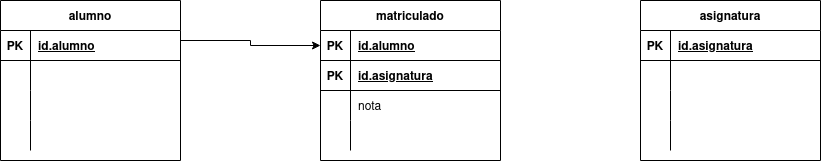
JCarlosAR032/base-de-datos keeps this draw.io diagram as Tareas/Tema 3/Tarea 1/img/Tarea 1-Ejercicio 9.drawio.png. Above is the earlier version. Source tidied: cells renumbered, new cells last; positions are measured from the earlier drawing's top-left corner, leaving out a move shared by most shapes. Source of this version:
```xml
<mxGraphModel>
  <root>
    <mxCell id="0" />
    <mxCell id="1" parent="0" />
    <mxCell id="2" style="edgeStyle=orthogonalEdgeStyle;rounded=0;jettySize=auto;html=1;exitX=1;exitY=0.25;exitDx=0;exitDy=0;entryX=0;entryY=0.5;entryDx=0;entryDy=0;startArrow=none;startFill=0;endArrow=classic;endFill=1;" parent="1" edge="1" source="3" target="30">
      <mxGeometry relative="1" as="geometry" />
    </mxCell>
    <mxCell id="3" value="alumno" style="shape=table;startSize=30;rowLines=0;fontStyle=1;align=center;" parent="1" vertex="1">
      <mxGeometry width="180" height="160" as="geometry" />
    </mxCell>
    <mxCell id="4" style="shape=tableRow;horizontal=0;startSize=0;swimlaneHead=0;swimlaneBody=0;fillColor=none;top=0;left=0;right=0;bottom=1;" parent="3" vertex="1">
      <mxGeometry y="30" width="180" height="30" as="geometry" />
    </mxCell>
    <mxCell id="5" value="PK" style="shape=partialRectangle;fillColor=none;top=0;left=0;bottom=0;right=0;fontStyle=1;overflow=hidden;" parent="4" vertex="1">
      <mxGeometry width="30" height="30" as="geometry" />
    </mxCell>
    <mxCell id="6" value="id.alumno" style="shape=partialRectangle;fillColor=none;top=0;left=0;bottom=0;right=0;align=left;spacingLeft=6;fontStyle=5;overflow=hidden;" parent="4" vertex="1">
      <mxGeometry x="30" width="150" height="30" as="geometry" />
    </mxCell>
    <mxCell id="7" style="shape=tableRow;horizontal=0;startSize=0;swimlaneHead=0;swimlaneBody=0;fillColor=none;top=0;left=0;right=0;bottom=0;" parent="3" vertex="1">
      <mxGeometry y="60" width="180" height="30" as="geometry" />
    </mxCell>
    <mxCell id="8" style="shape=partialRectangle;fillColor=none;top=0;left=0;bottom=0;right=0;overflow=hidden;" parent="7" vertex="1">
      <mxGeometry width="30" height="30" as="geometry" />
    </mxCell>
    <mxCell id="9" style="shape=partialRectangle;fillColor=none;top=0;left=0;bottom=0;right=0;align=left;spacingLeft=6;overflow=hidden;" parent="7" vertex="1">
      <mxGeometry x="30" width="150" height="30" as="geometry" />
    </mxCell>
    <mxCell id="10" style="shape=tableRow;horizontal=0;startSize=0;swimlaneHead=0;swimlaneBody=0;fillColor=none;top=0;left=0;right=0;bottom=0;" parent="3" vertex="1">
      <mxGeometry y="90" width="180" height="30" as="geometry" />
    </mxCell>
    <mxCell id="11" style="shape=partialRectangle;fillColor=none;top=0;left=0;bottom=0;right=0;overflow=hidden;" parent="10" vertex="1">
      <mxGeometry width="30" height="30" as="geometry" />
    </mxCell>
    <mxCell id="12" style="shape=partialRectangle;fillColor=none;top=0;left=0;bottom=0;right=0;align=left;spacingLeft=6;overflow=hidden;" parent="10" vertex="1">
      <mxGeometry x="30" width="150" height="30" as="geometry" />
    </mxCell>
    <mxCell id="13" style="shape=tableRow;horizontal=0;startSize=0;swimlaneHead=0;swimlaneBody=0;fillColor=none;top=0;left=0;right=0;bottom=0;" parent="3" vertex="1">
      <mxGeometry y="120" width="180" height="30" as="geometry" />
    </mxCell>
    <mxCell id="14" style="shape=partialRectangle;fillColor=none;top=0;left=0;bottom=0;right=0;overflow=hidden;" parent="13" vertex="1">
      <mxGeometry width="30" height="30" as="geometry" />
    </mxCell>
    <mxCell id="15" style="shape=partialRectangle;fillColor=none;top=0;left=0;bottom=0;right=0;align=left;spacingLeft=6;overflow=hidden;" parent="13" vertex="1">
      <mxGeometry x="30" width="150" height="30" as="geometry" />
    </mxCell>
    <mxCell id="16" value="asignatura" style="shape=table;startSize=30;rowLines=0;fontStyle=1;align=center;" parent="1" vertex="1">
      <mxGeometry x="640" width="180" height="160" as="geometry" />
    </mxCell>
    <mxCell id="17" style="shape=tableRow;horizontal=0;startSize=0;swimlaneHead=0;swimlaneBody=0;fillColor=none;points=[[0,0.5],[1,0.5]];portConstraint=eastwest;top=0;left=0;right=0;bottom=1;" parent="16" vertex="1">
      <mxGeometry y="30" width="180" height="30" as="geometry" />
    </mxCell>
    <mxCell id="18" value="PK" style="shape=partialRectangle;fillColor=none;top=0;left=0;bottom=0;right=0;fontStyle=1;overflow=hidden;" parent="17" vertex="1">
      <mxGeometry width="30" height="30" as="geometry" />
    </mxCell>
    <mxCell id="19" value="id.asignatura" style="shape=partialRectangle;fillColor=none;top=0;left=0;bottom=0;right=0;align=left;spacingLeft=6;fontStyle=5;overflow=hidden;" parent="17" vertex="1">
      <mxGeometry x="30" width="150" height="30" as="geometry" />
    </mxCell>
    <mxCell id="20" style="shape=tableRow;horizontal=0;startSize=0;swimlaneHead=0;swimlaneBody=0;fillColor=none;top=0;left=0;right=0;bottom=0;" parent="16" vertex="1">
      <mxGeometry y="60" width="180" height="30" as="geometry" />
    </mxCell>
    <mxCell id="21" style="shape=partialRectangle;fillColor=none;top=0;left=0;bottom=0;right=0;overflow=hidden;" parent="20" vertex="1">
      <mxGeometry width="30" height="30" as="geometry" />
    </mxCell>
    <mxCell id="22" style="shape=partialRectangle;fillColor=none;top=0;left=0;bottom=0;right=0;align=left;spacingLeft=6;overflow=hidden;" parent="20" vertex="1">
      <mxGeometry x="30" width="150" height="30" as="geometry" />
    </mxCell>
    <mxCell id="23" style="shape=tableRow;horizontal=0;startSize=0;swimlaneHead=0;swimlaneBody=0;fillColor=none;top=0;left=0;right=0;bottom=0;" parent="16" vertex="1">
      <mxGeometry y="90" width="180" height="30" as="geometry" />
    </mxCell>
    <mxCell id="24" style="shape=partialRectangle;fillColor=none;top=0;left=0;bottom=0;right=0;overflow=hidden;" parent="23" vertex="1">
      <mxGeometry width="30" height="30" as="geometry" />
    </mxCell>
    <mxCell id="25" style="shape=partialRectangle;fillColor=none;top=0;left=0;bottom=0;right=0;align=left;spacingLeft=6;overflow=hidden;" parent="23" vertex="1">
      <mxGeometry x="30" width="150" height="30" as="geometry" />
    </mxCell>
    <mxCell id="26" style="shape=tableRow;horizontal=0;startSize=0;swimlaneHead=0;swimlaneBody=0;fillColor=none;top=0;left=0;right=0;bottom=0;" parent="16" vertex="1">
      <mxGeometry y="120" width="180" height="30" as="geometry" />
    </mxCell>
    <mxCell id="27" style="shape=partialRectangle;fillColor=none;top=0;left=0;bottom=0;right=0;overflow=hidden;" parent="26" vertex="1">
      <mxGeometry width="30" height="30" as="geometry" />
    </mxCell>
    <mxCell id="28" style="shape=partialRectangle;fillColor=none;top=0;left=0;bottom=0;right=0;align=left;spacingLeft=6;overflow=hidden;" parent="26" vertex="1">
      <mxGeometry x="30" width="150" height="30" as="geometry" />
    </mxCell>
    <mxCell id="29" value="matriculado" style="shape=table;startSize=30;rowLines=0;fontStyle=1;align=center;" parent="1" vertex="1">
      <mxGeometry x="320" width="180" height="160" as="geometry" />
    </mxCell>
    <mxCell id="30" style="shape=tableRow;horizontal=0;startSize=0;swimlaneHead=0;swimlaneBody=0;fillColor=none;points=[[0,0.5],[1,0.5]];portConstraint=eastwest;top=0;left=0;right=0;bottom=1;" parent="29" vertex="1">
      <mxGeometry y="30" width="180" height="30" as="geometry" />
    </mxCell>
    <mxCell id="31" value="PK" style="shape=partialRectangle;fillColor=none;top=0;left=0;bottom=0;right=0;fontStyle=1;overflow=hidden;" parent="30" vertex="1">
      <mxGeometry width="30" height="30" as="geometry" />
    </mxCell>
    <mxCell id="32" value="id.alumno" style="shape=partialRectangle;fillColor=none;top=0;left=0;bottom=0;right=0;align=left;spacingLeft=6;fontStyle=5;overflow=hidden;" parent="30" vertex="1">
      <mxGeometry x="30" width="150" height="30" as="geometry" />
    </mxCell>
    <mxCell id="33" style="shape=tableRow;horizontal=0;startSize=0;swimlaneHead=0;swimlaneBody=0;fillColor=none;points=[[0,0.5],[1,0.5]];portConstraint=eastwest;top=0;left=0;right=0;bottom=1;" parent="29" vertex="1">
      <mxGeometry y="60" width="180" height="30" as="geometry" />
    </mxCell>
    <mxCell id="34" value="PK" style="shape=partialRectangle;fillColor=none;top=0;left=0;bottom=0;right=0;fontStyle=1;overflow=hidden;" parent="33" vertex="1">
      <mxGeometry width="30" height="30" as="geometry" />
    </mxCell>
    <mxCell id="35" value="id.asignatura" style="shape=partialRectangle;fillColor=none;top=0;left=0;bottom=0;right=0;align=left;spacingLeft=6;fontStyle=5;overflow=hidden;" parent="33" vertex="1">
      <mxGeometry x="30" width="150" height="30" as="geometry" />
    </mxCell>
    <mxCell id="36" style="shape=tableRow;horizontal=0;startSize=0;swimlaneHead=0;swimlaneBody=0;fillColor=none;top=0;left=0;right=0;bottom=0;" parent="29" vertex="1">
      <mxGeometry y="90" width="180" height="30" as="geometry" />
    </mxCell>
    <mxCell id="37" style="shape=partialRectangle;fillColor=none;top=0;left=0;bottom=0;right=0;overflow=hidden;" parent="36" vertex="1">
      <mxGeometry width="30" height="30" as="geometry" />
    </mxCell>
    <mxCell id="38" value="nota" style="shape=partialRectangle;fillColor=none;top=0;left=0;bottom=0;right=0;align=left;spacingLeft=6;overflow=hidden;" parent="36" vertex="1">
      <mxGeometry x="30" width="150" height="30" as="geometry" />
    </mxCell>
    <mxCell id="39" style="shape=tableRow;horizontal=0;startSize=0;swimlaneHead=0;swimlaneBody=0;fillColor=none;top=0;left=0;right=0;bottom=0;" parent="29" vertex="1">
      <mxGeometry y="120" width="180" height="30" as="geometry" />
    </mxCell>
    <mxCell id="40" style="shape=partialRectangle;fillColor=none;top=0;left=0;bottom=0;right=0;overflow=hidden;" parent="39" vertex="1">
      <mxGeometry width="30" height="30" as="geometry" />
    </mxCell>
    <mxCell id="41" style="shape=partialRectangle;fillColor=none;top=0;left=0;bottom=0;right=0;align=left;spacingLeft=6;overflow=hidden;" parent="39" vertex="1">
      <mxGeometry x="30" width="150" height="30" as="geometry" />
    </mxCell>
  </root>
</mxGraphModel>
```
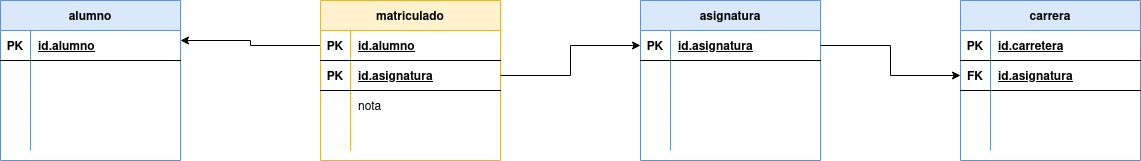
Later version of the same file.

Change to the diagram source:
```diff
@@ -2,10 +2,10 @@
   <root>
     <mxCell id="0" />
     <mxCell id="1" parent="0" />
-    <mxCell id="2" style="edgeStyle=orthogonalEdgeStyle;rounded=0;jettySize=auto;html=1;exitX=1;exitY=0.25;exitDx=0;exitDy=0;entryX=0;entryY=0.5;entryDx=0;entryDy=0;startArrow=none;startFill=0;endArrow=classic;endFill=1;" parent="1" edge="1" source="3" target="30">
+    <mxCell id="2" style="edgeStyle=orthogonalEdgeStyle;rounded=0;jettySize=auto;html=1;exitX=1;exitY=0.25;exitDx=0;exitDy=0;entryX=0;entryY=0.5;entryDx=0;entryDy=0;startArrow=classic;startFill=1;endArrow=none;endFill=0;" parent="1" edge="1" source="3" target="30">
       <mxGeometry relative="1" as="geometry" />
     </mxCell>
-    <mxCell id="3" value="alumno" style="shape=table;startSize=30;rowLines=0;fontStyle=1;align=center;" parent="1" vertex="1">
+    <mxCell id="3" value="alumno" style="shape=table;startSize=30;rowLines=0;fontStyle=1;align=center;fillColor=#dae8fc;strokeColor=#6c8ebf;" parent="1" vertex="1">
       <mxGeometry width="180" height="160" as="geometry" />
     </mxCell>
     <mxCell id="4" style="shape=tableRow;horizontal=0;startSize=0;swimlaneHead=0;swimlaneBody=0;fillColor=none;top=0;left=0;right=0;bottom=1;" parent="3" vertex="1">
@@ -26,7 +26,7 @@
     <mxCell id="9" style="shape=partialRectangle;fillColor=none;top=0;left=0;bottom=0;right=0;align=left;spacingLeft=6;overflow=hidden;" parent="7" vertex="1">
       <mxGeometry x="30" width="150" height="30" as="geometry" />
     </mxCell>
-    <mxCell id="10" style="shape=tableRow;horizontal=0;startSize=0;swimlaneHead=0;swimlaneBody=0;fillColor=none;top=0;left=0;right=0;bottom=0;" parent="3" vertex="1">
+    <mxCell id="10" style="shape=tableRow;horizontal=0;startSize=0;swimlaneHead=0;swimlaneBody=0;fillColor=none;top=0;left=0;right=0;bottom=0;strokeColor=#6c8ebf;" parent="3" vertex="1">
       <mxGeometry y="90" width="180" height="30" as="geometry" />
     </mxCell>
     <mxCell id="11" style="shape=partialRectangle;fillColor=none;top=0;left=0;bottom=0;right=0;overflow=hidden;" parent="10" vertex="1">
@@ -44,7 +44,7 @@
     <mxCell id="15" style="shape=partialRectangle;fillColor=none;top=0;left=0;bottom=0;right=0;align=left;spacingLeft=6;overflow=hidden;" parent="13" vertex="1">
       <mxGeometry x="30" width="150" height="30" as="geometry" />
     </mxCell>
-    <mxCell id="16" value="asignatura" style="shape=table;startSize=30;rowLines=0;fontStyle=1;align=center;" parent="1" vertex="1">
+    <mxCell id="16" value="asignatura" style="shape=table;startSize=30;rowLines=0;fontStyle=1;align=center;fillColor=#dae8fc;strokeColor=#6c8ebf;" parent="1" vertex="1">
       <mxGeometry x="640" width="180" height="160" as="geometry" />
     </mxCell>
     <mxCell id="17" style="shape=tableRow;horizontal=0;startSize=0;swimlaneHead=0;swimlaneBody=0;fillColor=none;points=[[0,0.5],[1,0.5]];portConstraint=eastwest;top=0;left=0;right=0;bottom=1;" parent="16" vertex="1">
@@ -83,7 +83,7 @@
     <mxCell id="28" style="shape=partialRectangle;fillColor=none;top=0;left=0;bottom=0;right=0;align=left;spacingLeft=6;overflow=hidden;" parent="26" vertex="1">
       <mxGeometry x="30" width="150" height="30" as="geometry" />
     </mxCell>
-    <mxCell id="29" value="matriculado" style="shape=table;startSize=30;rowLines=0;fontStyle=1;align=center;" parent="1" vertex="1">
+    <mxCell id="29" value="matriculado" style="shape=table;startSize=30;rowLines=0;fontStyle=1;align=center;fillColor=#fff2cc;strokeColor=#d6b656;" parent="1" vertex="1">
       <mxGeometry x="320" width="180" height="160" as="geometry" />
     </mxCell>
     <mxCell id="30" style="shape=tableRow;horizontal=0;startSize=0;swimlaneHead=0;swimlaneBody=0;fillColor=none;points=[[0,0.5],[1,0.5]];portConstraint=eastwest;top=0;left=0;right=0;bottom=1;" parent="29" vertex="1">
@@ -122,5 +122,50 @@
     <mxCell id="41" style="shape=partialRectangle;fillColor=none;top=0;left=0;bottom=0;right=0;align=left;spacingLeft=6;overflow=hidden;" parent="39" vertex="1">
       <mxGeometry x="30" width="150" height="30" as="geometry" />
     </mxCell>
+    <mxCell id="42" style="edgeStyle=orthogonalEdgeStyle;rounded=0;jettySize=auto;html=1;exitX=1;exitY=0.5;exitDx=0;exitDy=0;entryX=0;entryY=0.5;entryDx=0;entryDy=0;startArrow=none;startFill=0;endArrow=classic;endFill=1;" parent="1" edge="1" source="33" target="17">
+      <mxGeometry relative="1" as="geometry" />
+    </mxCell>
+    <mxCell id="43" value="carrera" style="shape=table;startSize=30;rowLines=0;fontStyle=1;align=center;fillColor=#dae8fc;strokeColor=#6c8ebf;" parent="1" vertex="1">
+      <mxGeometry x="960" width="180" height="160" as="geometry" />
+    </mxCell>
+    <mxCell id="44" style="shape=tableRow;horizontal=0;startSize=0;swimlaneHead=0;swimlaneBody=0;fillColor=none;top=0;left=0;right=0;bottom=1;" parent="43" vertex="1">
+      <mxGeometry y="30" width="180" height="30" as="geometry" />
+    </mxCell>
+    <mxCell id="45" value="PK" style="shape=partialRectangle;fillColor=none;top=0;left=0;bottom=0;right=0;fontStyle=1;overflow=hidden;" parent="44" vertex="1">
+      <mxGeometry width="30" height="30" as="geometry" />
+    </mxCell>
+    <mxCell id="46" value="id.carretera" style="shape=partialRectangle;fillColor=none;top=0;left=0;bottom=0;right=0;align=left;spacingLeft=6;fontStyle=5;overflow=hidden;" parent="44" vertex="1">
+      <mxGeometry x="30" width="150" height="30" as="geometry" />
+    </mxCell>
+    <mxCell id="47" style="shape=tableRow;horizontal=0;startSize=0;swimlaneHead=0;swimlaneBody=0;fillColor=none;points=[[0,0.5],[1,0.5]];portConstraint=eastwest;top=0;left=0;right=0;bottom=1;" parent="43" vertex="1">
+      <mxGeometry y="60" width="180" height="30" as="geometry" />
+    </mxCell>
+    <mxCell id="48" value="FK" style="shape=partialRectangle;fillColor=none;top=0;left=0;bottom=0;right=0;fontStyle=1;overflow=hidden;" parent="47" vertex="1">
+      <mxGeometry width="30" height="30" as="geometry" />
+    </mxCell>
+    <mxCell id="49" value="id.asignatura" style="shape=partialRectangle;fillColor=none;top=0;left=0;bottom=0;right=0;align=left;spacingLeft=6;fontStyle=5;overflow=hidden;" parent="47" vertex="1">
+      <mxGeometry x="30" width="150" height="30" as="geometry" />
+    </mxCell>
+    <mxCell id="50" style="shape=tableRow;horizontal=0;startSize=0;swimlaneHead=0;swimlaneBody=0;fillColor=none;top=0;left=0;right=0;bottom=0;" parent="43" vertex="1">
+      <mxGeometry y="90" width="180" height="30" as="geometry" />
+    </mxCell>
+    <mxCell id="51" style="shape=partialRectangle;fillColor=none;top=0;left=0;bottom=0;right=0;overflow=hidden;" parent="50" vertex="1">
+      <mxGeometry width="30" height="30" as="geometry" />
+    </mxCell>
+    <mxCell id="52" style="shape=partialRectangle;fillColor=none;top=0;left=0;bottom=0;right=0;align=left;spacingLeft=6;overflow=hidden;" parent="50" vertex="1">
+      <mxGeometry x="30" width="150" height="30" as="geometry" />
+    </mxCell>
+    <mxCell id="53" style="shape=tableRow;horizontal=0;startSize=0;swimlaneHead=0;swimlaneBody=0;fillColor=none;top=0;left=0;right=0;bottom=0;" parent="43" vertex="1">
+      <mxGeometry y="120" width="180" height="30" as="geometry" />
+    </mxCell>
+    <mxCell id="54" style="shape=partialRectangle;fillColor=none;top=0;left=0;bottom=0;right=0;overflow=hidden;" parent="53" vertex="1">
+      <mxGeometry width="30" height="30" as="geometry" />
+    </mxCell>
+    <mxCell id="55" style="shape=partialRectangle;fillColor=none;top=0;left=0;bottom=0;right=0;align=left;spacingLeft=6;overflow=hidden;" parent="53" vertex="1">
+      <mxGeometry x="30" width="150" height="30" as="geometry" />
+    </mxCell>
+    <mxCell id="56" style="edgeStyle=orthogonalEdgeStyle;rounded=0;jettySize=auto;html=1;exitX=1;exitY=0.5;exitDx=0;exitDy=0;entryX=0;entryY=0.5;entryDx=0;entryDy=0;startArrow=none;startFill=0;endArrow=classic;endFill=1;" parent="1" edge="1" source="17" target="47">
+      <mxGeometry relative="1" as="geometry" />
+    </mxCell>
   </root>
 </mxGraphModel>
```
